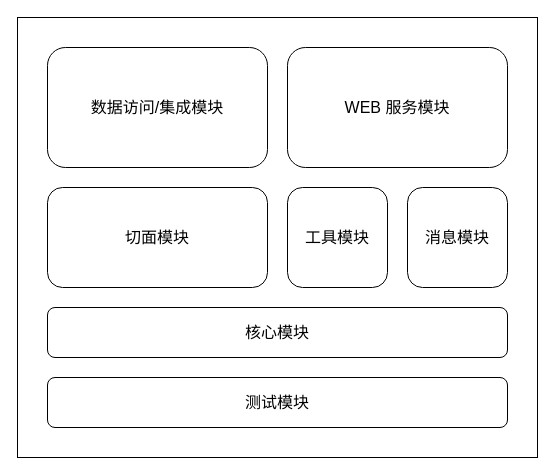
The draw.io diagram design/Spring.dio in akynazh/aws, before the edit. Source tidied: cells renumbered, new cells numbered last; positions are measured from the earlier drawing's top-left corner, leaving out a move shared by most shapes. Both pictures are drawn from the tidied source at 100%, with x=0, y=0 at pixel (17, 17).
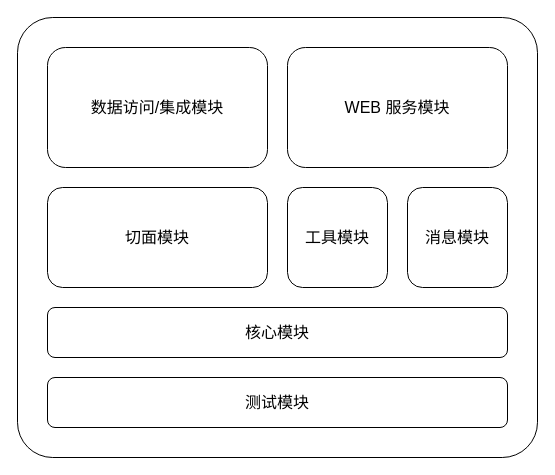
After the change.

What changed in the source:
```diff
@@
 <mxGraphModel>
   <root>
     <mxCell id="0" />
     <mxCell id="1" parent="0" />
-    <mxCell id="2" style="rounded=0;whiteSpace=wrap;html=1;fontFamily=Songti SC;fontSize=16;" parent="1" vertex="1">
+    <mxCell id="2" style="rounded=1;whiteSpace=wrap;html=1;fontFamily=Songti SC;fontSize=16;shadow=0;glass=0;arcSize=8;imageHeight=24;" parent="1" vertex="1">
       <mxGeometry width="520" height="440" as="geometry" />
     </mxCell>
     <mxCell id="3" value="核心模块" style="rounded=1;whiteSpace=wrap;html=1;fontFamily=Songti SC;fontSize=16;" parent="1" vertex="1">
       <mxGeometry x="30" y="290" width="460" height="50" as="geometry" />
     </mxCell>
     <mxCell id="4" value="切面模块" style="rounded=1;whiteSpace=wrap;html=1;fontFamily=Songti SC;fontSize=16;" parent="1" vertex="1">
       <mxGeometry x="30" y="170" width="220" height="100" as="geometry" />
     </mxCell>
     <mxCell id="5" value="消息模块" style="rounded=1;whiteSpace=wrap;html=1;fontFamily=Songti SC;fontSize=16;" parent="1" vertex="1">
       <mxGeometry x="390" y="170" width="100" height="100" as="geometry" />
     </mxCell>
     <mxCell id="6" value="工具模块" style="rounded=1;whiteSpace=wrap;html=1;fontFamily=Songti SC;fontSize=16;" parent="1" vertex="1">
       <mxGeometry x="270" y="170" width="100" height="100" as="geometry" />
     </mxCell>
     <mxCell id="7" value="测试模块" style="rounded=1;whiteSpace=wrap;html=1;fontFamily=Songti SC;fontSize=16;" parent="1" vertex="1">
       <mxGeometry x="30" y="360" width="460" height="50" as="geometry" />
     </mxCell>
     <mxCell id="8" value="数据访问/集成模块" style="rounded=1;whiteSpace=wrap;html=1;fontFamily=Songti SC;fontSize=16;" parent="1" vertex="1">
       <mxGeometry x="30" y="30" width="220" height="120" as="geometry" />
     </mxCell>
     <mxCell id="9" value="WEB 服务模块" style="rounded=1;whiteSpace=wrap;html=1;fontFamily=Songti SC;fontSize=16;" parent="1" vertex="1">
       <mxGeometry x="270" y="30" width="220" height="120" as="geometry" />
     </mxCell>
   </root>
 </mxGraphModel>
```
